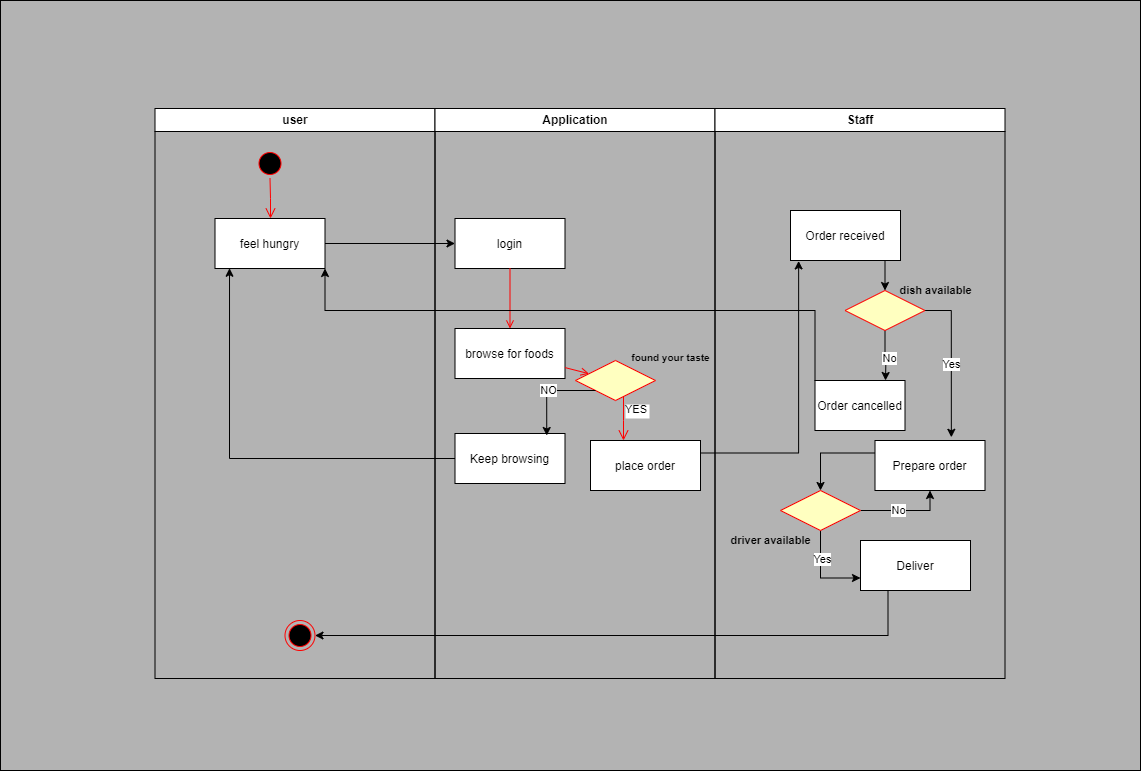
The draw.io diagram ActivityDiagrams/ActivityDiagram.drawio (1).png in mateohysa/metromensa, before a commit. Source tidied: cells renumbered, new cells last; positions are measured from the earlier drawing's top-left corner, leaving out a move shared by most shapes.
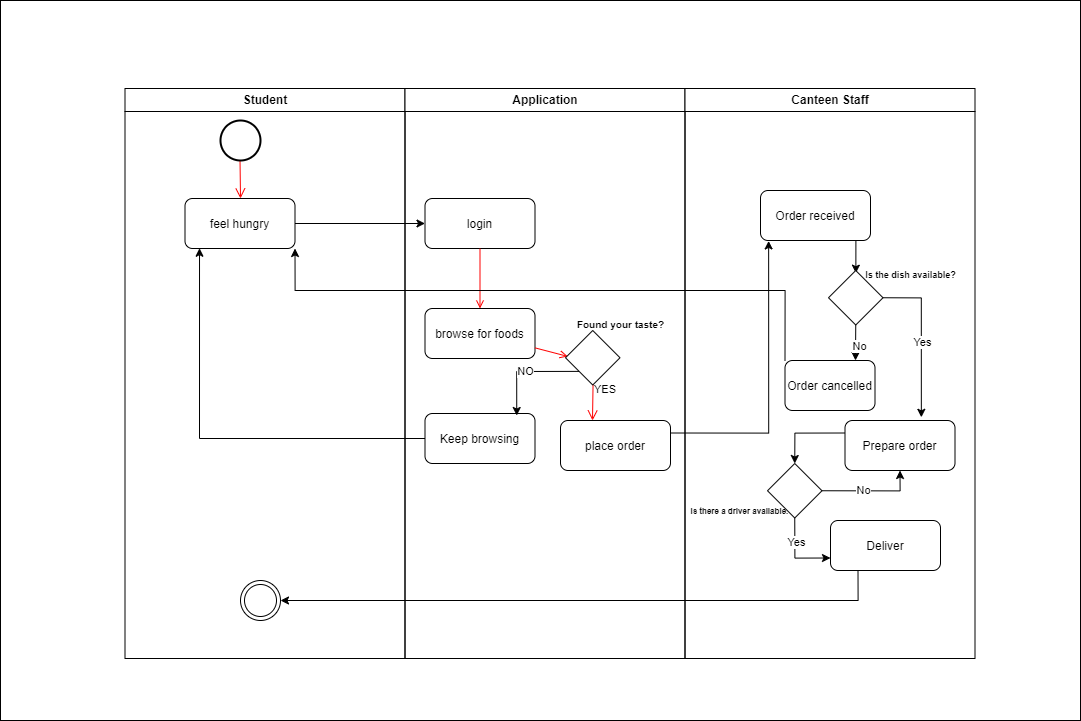
The same file after the commit.

Commit message:
Activity Diagram

What changed in the source:
```diff
@@ -2,70 +2,68 @@
   <root>
     <mxCell id="0" />
     <mxCell id="1" parent="0" />
-    <mxCell id="2" style="rounded=0;whiteSpace=wrap;html=1;fillStyle=solid;fillColor=#B3B3B3;" parent="1" vertex="1">
-      <mxGeometry width="1140" height="770" as="geometry" />
-    </mxCell>
+    <mxCell id="43" style="rounded=0;whiteSpace=wrap;html=1;" parent="1" vertex="1">
+      <mxGeometry x="30" y="20" width="1080" height="720" as="geometry" />
+    </mxCell>
-    <mxCell id="3" value="user" style="swimlane;whiteSpace=wrap;" parent="1" vertex="1">
+    <mxCell id="3" value="Student" style="swimlane;whiteSpace=wrap;" parent="1" vertex="1">
       <mxGeometry x="154.5" y="108" width="280" height="570" as="geometry" />
     </mxCell>
-    <mxCell id="4" style="ellipse;shape=startState;fillColor=#000000;strokeColor=#ff0000;" parent="3" vertex="1">
-      <mxGeometry x="100" y="40" width="30" height="30" as="geometry" />
-    </mxCell>
-    <mxCell id="5" style="edgeStyle=elbowEdgeStyle;elbow=horizontal;verticalAlign=bottom;endArrow=open;endSize=8;strokeColor=#FF0000;endFill=1;rounded=0;" parent="3" edge="1" source="4" target="6">
-      <mxGeometry x="100" y="40" as="geometry" />
+    <mxCell id="5" style="edgeStyle=elbowEdgeStyle;elbow=horizontal;verticalAlign=bottom;endArrow=open;endSize=8;strokeColor=#FF0000;endFill=1;rounded=0;" parent="3" edge="1" target="6">
+      <mxGeometry x="100" y="40" as="geometry">
+        <mxPoint x="115" y="70" as="sourcePoint" />
+      </mxGeometry>
     </mxCell>
-    <mxCell id="6" value="feel hungry" parent="3" vertex="1">
+    <mxCell id="6" value="feel hungry" style="rounded=1;" parent="3" vertex="1">
       <mxGeometry x="60" y="110" width="110" height="50" as="geometry" />
     </mxCell>
-    <mxCell id="7" style="ellipse;shape=endState;fillColor=#000000;strokeColor=#ff0000;" parent="3" vertex="1">
-      <mxGeometry x="130" y="512" width="30" height="30" as="geometry" />
-    </mxCell>
     <mxCell id="8" value="Application" style="swimlane;whiteSpace=wrap;" parent="1" vertex="1">
       <mxGeometry x="434.5" y="108" width="280" height="570" as="geometry" />
     </mxCell>
-    <mxCell id="9" value="login" parent="8" vertex="1">
+    <mxCell id="9" value="login" style="rounded=1;" parent="8" vertex="1">
       <mxGeometry x="20" y="110" width="110" height="50" as="geometry" />
     </mxCell>
-    <mxCell id="10" value="browse for foods" parent="8" vertex="1">
+    <mxCell id="10" value="browse for foods" style="rounded=1;" parent="8" vertex="1">
       <mxGeometry x="20" y="220" width="110" height="50" as="geometry" />
     </mxCell>
-    <mxCell id="11" style="endArrow=open;strokeColor=#FF0000;endFill=1;rounded=0;" parent="8" edge="1" source="9" target="10">
+    <mxCell id="11" style="endArrow=open;strokeColor=#ff0000;endFill=1;rounded=0;" parent="8" edge="1" source="9" target="10">
       <mxGeometry relative="1" as="geometry" />
     </mxCell>
-    <mxCell id="12" value="Keep browsing" parent="8" vertex="1">
+    <mxCell id="12" value="Keep browsing" style="rounded=1;" parent="8" vertex="1">
       <mxGeometry x="20" y="325" width="110" height="50" as="geometry" />
     </mxCell>
-    <mxCell id="13" style="rhombus;fillColor=#ffffc0;strokeColor=#ff0000;" parent="8" vertex="1">
-      <mxGeometry x="140.5" y="252" width="80" height="40" as="geometry" />
-    </mxCell>
-    <mxCell id="14" value="YES" style="edgeStyle=elbowEdgeStyle;elbow=horizontal;align=left;verticalAlign=top;endArrow=open;endSize=8;strokeColor=#FF0000;endFill=1;rounded=0;" parent="8" edge="1" source="13" target="16">
-      <mxGeometry x="-1" relative="1" as="geometry" />
+    <mxCell id="14" value="YES" style="edgeStyle=elbowEdgeStyle;elbow=horizontal;align=left;verticalAlign=top;endArrow=open;endSize=8;strokeColor=#FF0000;endFill=1;rounded=0;" parent="8" edge="1" target="16">
+      <mxGeometry x="-1" relative="1" as="geometry">
+        <mxPoint x="188.2" y="288.2" as="sourcePoint" />
+      </mxGeometry>
     </mxCell>
-    <mxCell id="15" style="endArrow=open;strokeColor=#FF0000;endFill=1;rounded=0;" parent="8" edge="1" source="10" target="13">
+    <mxCell id="15" style="endArrow=open;strokeColor=#FF0000;endFill=1;rounded=0;entryX=0.043;entryY=0.476;entryDx=0;entryDy=0;entryPerimeter=0;" parent="8" edge="1" source="10" target="44">
       <mxGeometry relative="1" as="geometry" />
     </mxCell>
-    <mxCell id="16" value="place order" parent="8" vertex="1">
+    <mxCell id="16" value="place order" style="rounded=1;" parent="8" vertex="1">
       <mxGeometry x="155.5" y="332" width="110" height="50" as="geometry" />
     </mxCell>
-    <mxCell id="17" value="NO" style="edgeStyle=orthogonalEdgeStyle;rounded=0;jettySize=auto;html=1;exitX=0;exitY=1;exitDx=0;exitDy=0;entryX=0.834;entryY=0.04;entryDx=0;entryDy=0;entryPerimeter=0;" parent="8" edge="1" source="13" target="12">
+    <mxCell id="17" value="NO" style="edgeStyle=orthogonalEdgeStyle;rounded=0;jettySize=auto;html=1;exitX=0;exitY=1;exitDx=0;exitDy=0;entryX=0.834;entryY=0.04;entryDx=0;entryDy=0;entryPerimeter=0;" parent="8" edge="1" source="44" target="12">
       <mxGeometry relative="1" as="geometry" />
     </mxCell>
-    <mxCell id="18" value="&lt;font style=&quot;font-size: 10px;&quot;&gt;found your taste&lt;/font&gt;" style="text;strokeColor=none;fillColor=none;html=1;fontSize=24;fontStyle=1;verticalAlign=middle;align=center;" parent="8" vertex="1">
-      <mxGeometry x="205.5" y="235" width="60" height="20" as="geometry" />
+    <mxCell id="18" value="&lt;font style=&quot;font-size: 10px;&quot;&gt;Found your taste?&lt;/font&gt;" style="text;strokeColor=none;fillColor=none;html=1;fontSize=24;fontStyle=1;verticalAlign=middle;align=center;" parent="8" vertex="1">
+      <mxGeometry x="185.5" y="222" width="60" height="20" as="geometry" />
     </mxCell>
+    <mxCell id="44" style="rhombus;" parent="8" vertex="1">
+      <mxGeometry x="160.5" y="242" width="54.5" height="54.5" as="geometry" />
+    </mxCell>
-    <mxCell id="19" value="Staff" style="swimlane;whiteSpace=wrap;" parent="1" vertex="1">
+    <mxCell id="19" value="Canteen Staff" style="swimlane;whiteSpace=wrap;" parent="1" vertex="1">
       <mxGeometry x="714.5" y="108" width="290" height="570" as="geometry" />
     </mxCell>
-    <mxCell id="20" value="Deliver" parent="19" vertex="1">
+    <mxCell id="20" value="Deliver" style="rounded=1;" parent="19" vertex="1">
       <mxGeometry x="145.5" y="432" width="110" height="50" as="geometry" />
     </mxCell>
-    <mxCell id="21" style="edgeStyle=orthogonalEdgeStyle;rounded=0;jettySize=auto;html=1;exitX=0.75;exitY=1;exitDx=0;exitDy=0;entryX=0.5;entryY=0;entryDx=0;entryDy=0;" parent="19" edge="1" source="22" target="27">
+    <mxCell id="21" style="edgeStyle=orthogonalEdgeStyle;rounded=0;jettySize=auto;html=1;exitX=0.75;exitY=1;exitDx=0;exitDy=0;entryX=0.502;entryY=0.049;entryDx=0;entryDy=0;entryPerimeter=0;" parent="19" edge="1" source="22" target="45">
       <mxGeometry relative="1" as="geometry" />
     </mxCell>
-    <mxCell id="22" value="Order received" parent="19" vertex="1">
+    <mxCell id="22" value="Order received" style="rounded=1;" parent="19" vertex="1">
       <mxGeometry x="75.5" y="102" width="110" height="50" as="geometry" />
     </mxCell>
-    <mxCell id="23" style="edgeStyle=orthogonalEdgeStyle;rounded=0;jettySize=auto;html=1;exitX=0.5;exitY=1;exitDx=0;exitDy=0;" parent="19" edge="1" source="27">
+    <mxCell id="23" style="edgeStyle=orthogonalEdgeStyle;rounded=0;jettySize=auto;html=1;exitX=0.5;exitY=1;exitDx=0;exitDy=0;" parent="19" edge="1" source="45">
       <mxGeometry relative="1" as="geometry">
         <mxPoint x="170.5" y="272" as="targetPoint" />
       </mxGeometry>
@@ -73,45 +71,27 @@
     <mxCell id="24" value="No" style="edgeLabel;html=1;align=center;verticalAlign=middle;" parent="23" vertex="1">
       <mxGeometry x="0.1" y="3" relative="1" as="geometry" />
     </mxCell>
-    <mxCell id="25" style="edgeStyle=orthogonalEdgeStyle;rounded=0;jettySize=auto;html=1;exitX=1;exitY=0.5;exitDx=0;exitDy=0;entryX=0.694;entryY=-0.064;entryDx=0;entryDy=0;entryPerimeter=0;" parent="19" edge="1" source="27" target="30">
+    <mxCell id="25" style="edgeStyle=orthogonalEdgeStyle;rounded=0;jettySize=auto;html=1;exitX=1;exitY=0.5;exitDx=0;exitDy=0;entryX=0.694;entryY=-0.064;entryDx=0;entryDy=0;entryPerimeter=0;" parent="19" edge="1" source="45" target="30">
       <mxGeometry relative="1" as="geometry" />
     </mxCell>
     <mxCell id="26" value="Yes" style="edgeLabel;html=1;align=center;verticalAlign=middle;" parent="25" vertex="1">
       <mxGeometry x="0.05" relative="1" as="geometry" />
     </mxCell>
-    <mxCell id="27" style="rhombus;fillColor=#ffffc0;strokeColor=#ff0000;" parent="19" vertex="1">
-      <mxGeometry x="130" y="182" width="80" height="40" as="geometry" />
-    </mxCell>
-    <mxCell id="28" value="Order cancelled" parent="19" vertex="1">
+    <mxCell id="28" value="Order cancelled" style="rounded=1;" parent="19" vertex="1">
       <mxGeometry x="100" y="272" width="90" height="50" as="geometry" />
     </mxCell>
-    <mxCell id="29" style="edgeStyle=orthogonalEdgeStyle;rounded=0;jettySize=auto;html=1;exitX=0;exitY=0.25;exitDx=0;exitDy=0;entryX=0.5;entryY=0;entryDx=0;entryDy=0;" parent="19" edge="1" source="30" target="35">
-      <mxGeometry relative="1" as="geometry" />
-    </mxCell>
-    <mxCell id="30" value="Prepare order" parent="19" vertex="1">
+    <mxCell id="30" value="Prepare order" style="rounded=1;" parent="19" vertex="1">
       <mxGeometry x="160" y="332" width="110" height="50" as="geometry" />
     </mxCell>
-    <mxCell id="31" style="edgeStyle=orthogonalEdgeStyle;rounded=0;jettySize=auto;html=1;exitX=0.5;exitY=1;exitDx=0;exitDy=0;entryX=0;entryY=0.75;entryDx=0;entryDy=0;" parent="19" edge="1" source="35" target="20">
-      <mxGeometry relative="1" as="geometry" />
-    </mxCell>
-    <mxCell id="32" value="Yes" style="edgeLabel;html=1;align=center;verticalAlign=middle;" parent="31" vertex="1">
-      <mxGeometry x="-0.36" y="1" relative="1" as="geometry" />
-    </mxCell>
-    <mxCell id="33" style="edgeStyle=orthogonalEdgeStyle;rounded=0;jettySize=auto;html=1;exitX=1;exitY=0.5;exitDx=0;exitDy=0;entryX=0.5;entryY=1;entryDx=0;entryDy=0;" parent="19" edge="1" source="35" target="30">
-      <mxGeometry relative="1" as="geometry" />
-    </mxCell>
-    <mxCell id="34" value="No" style="edgeLabel;html=1;align=center;verticalAlign=middle;" parent="33" vertex="1">
-      <mxGeometry x="-0.18" y="1" relative="1" as="geometry" />
-    </mxCell>
-    <mxCell id="35" style="rhombus;fillColor=#ffffc0;strokeColor=#ff0000;" parent="19" vertex="1">
-      <mxGeometry x="65.5" y="382" width="80" height="40" as="geometry" />
-    </mxCell>
-    <mxCell id="36" value="dish available" style="text;strokeColor=none;fillColor=none;html=1;fontSize=11;fontStyle=1;verticalAlign=middle;align=center;" parent="19" vertex="1">
-      <mxGeometry x="170" y="162" width="100" height="40" as="geometry" />
+    <mxCell id="36" value="&lt;font style=&quot;font-size: 9px;&quot;&gt;Is the dish available?&lt;/font&gt;" style="text;strokeColor=none;fillColor=none;html=1;fontSize=11;fontStyle=1;verticalAlign=middle;align=center;" parent="19" vertex="1">
+      <mxGeometry x="215.5" y="182" width="20" height="8" as="geometry" />
     </mxCell>
-    <mxCell id="37" value="driver available" style="text;strokeColor=none;fillColor=none;html=1;fontSize=11;fontStyle=1;verticalAlign=middle;align=center;" parent="19" vertex="1">
-      <mxGeometry x="5.5" y="412" width="100" height="40" as="geometry" />
+    <mxCell id="37" value="&lt;font style=&quot;font-size: 8px;&quot;&gt;Is there a driver available.&amp;nbsp;&lt;/font&gt;" style="text;strokeColor=none;fillColor=none;html=1;fontSize=11;fontStyle=1;verticalAlign=middle;align=center;" parent="19" vertex="1">
+      <mxGeometry x="5.5" y="402" width="100" height="40" as="geometry" />
     </mxCell>
+    <mxCell id="45" style="rhombus;" parent="19" vertex="1">
+      <mxGeometry x="143.5" y="182" width="54.5" height="54.5" as="geometry" />
+    </mxCell>
     <mxCell id="38" style="edgeStyle=orthogonalEdgeStyle;rounded=0;jettySize=auto;html=1;exitX=1;exitY=0.5;exitDx=0;exitDy=0;" parent="1" edge="1" source="6" target="9">
       <mxGeometry relative="1" as="geometry" />
     </mxCell>
@@ -129,8 +109,32 @@
         </Array>
       </mxGeometry>
     </mxCell>
-    <mxCell id="42" style="edgeStyle=orthogonalEdgeStyle;rounded=0;jettySize=auto;html=1;exitX=0.25;exitY=1;exitDx=0;exitDy=0;entryX=1;entryY=0.5;entryDx=0;entryDy=0;" parent="1" edge="1" source="20" target="7">
+    <mxCell id="42" style="edgeStyle=orthogonalEdgeStyle;rounded=0;jettySize=auto;html=1;exitX=0.25;exitY=1;exitDx=0;exitDy=0;entryX=1;entryY=0.5;entryDx=0;entryDy=0;" parent="1" edge="1" source="20" target="47">
       <mxGeometry relative="1" as="geometry" />
     </mxCell>
+    <mxCell id="46" style="strokeWidth=2;html=1;shape=mxgraph.flowchart.start_2;whiteSpace=wrap;" parent="1" vertex="1">
+      <mxGeometry x="250" y="140" width="40" height="40" as="geometry" />
+    </mxCell>
+    <mxCell id="47" style="ellipse;shape=doubleEllipse;html=1;dashed=0;whiteSpace=wrap;" parent="1" vertex="1">
+      <mxGeometry x="270" y="600" width="40" height="40" as="geometry" />
+    </mxCell>
+    <mxCell id="48" style="rhombus;" parent="1" vertex="1">
+      <mxGeometry x="797" y="483" width="54.5" height="54.5" as="geometry" />
+    </mxCell>
+    <mxCell id="29" style="edgeStyle=orthogonalEdgeStyle;rounded=0;jettySize=auto;html=1;exitX=0;exitY=0.25;exitDx=0;exitDy=0;entryX=0.5;entryY=0;entryDx=0;entryDy=0;" parent="1" edge="1" source="30" target="48">
+      <mxGeometry relative="1" as="geometry" />
+    </mxCell>
+    <mxCell id="33" style="edgeStyle=orthogonalEdgeStyle;rounded=0;jettySize=auto;html=1;exitX=1;exitY=0.5;exitDx=0;exitDy=0;entryX=0.5;entryY=1;entryDx=0;entryDy=0;" parent="1" edge="1" source="48" target="30">
+      <mxGeometry relative="1" as="geometry" />
+    </mxCell>
+    <mxCell id="34" value="No" style="edgeLabel;html=1;align=center;verticalAlign=middle;" parent="33" vertex="1">
+      <mxGeometry x="-0.18" y="1" relative="1" as="geometry" />
+    </mxCell>
+    <mxCell id="31" style="edgeStyle=orthogonalEdgeStyle;rounded=0;jettySize=auto;html=1;exitX=0.5;exitY=1;exitDx=0;exitDy=0;entryX=0;entryY=0.75;entryDx=0;entryDy=0;" parent="1" edge="1" source="48" target="20">
+      <mxGeometry relative="1" as="geometry" />
+    </mxCell>
+    <mxCell id="32" value="Yes" style="edgeLabel;html=1;align=center;verticalAlign=middle;" parent="31" vertex="1">
+      <mxGeometry x="-0.36" y="1" relative="1" as="geometry" />
+    </mxCell>
   </root>
 </mxGraphModel>
```
